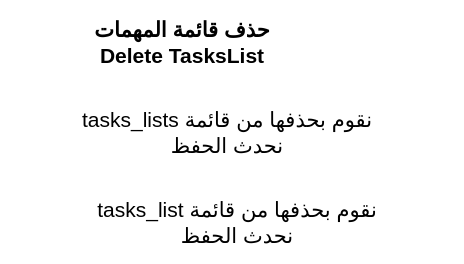
AbdallahDaradkeh-1/ToDoList-App keeps this draw.io diagram as page "Delete TasksList حذف قائمة المهمات" (3 of 4) of ToDoList App.drawio. Above is the earlier version. Source tidied: cells renumbered, new cells numbered last; positions are measured from the earlier drawing's top-left corner, leaving out a move shared by most shapes. Both pictures are drawn from the tidied source at 100%, with x=0, y=0 at pixel (17, 27).
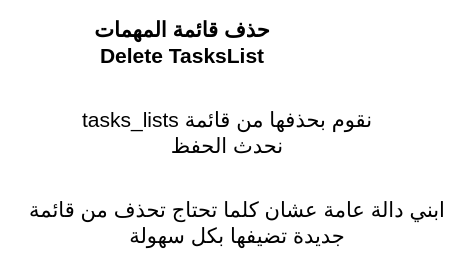
After the change.

The edit, as a diff of the source:
```diff
@@
 <mxGraphModel>
   <root>
     <mxCell id="0" />
     <mxCell id="1" parent="0" />
     <mxCell id="2" value="&lt;span style=&quot;font-size: 21px;&quot;&gt;&lt;b&gt;حذف قائمة المهمات Delete TasksList&lt;/b&gt;&lt;/span&gt;" style="text;html=1;whiteSpace=wrap;strokeColor=none;fillColor=none;align=center;verticalAlign=middle;rounded=0;" parent="1" vertex="1">
       <mxGeometry x="70" width="190" height="30" as="geometry" />
     </mxCell>
     <mxCell id="3" value="&lt;div style=&quot;direction: rtl;&quot;&gt;&lt;span style=&quot;font-size: 21px; background-color: transparent; color: light-dark(rgb(0, 0, 0), rgb(255, 255, 255));&quot;&gt;نقوم بحذفها من قائمة tasks_lists&lt;/span&gt;&lt;/div&gt;&lt;div style=&quot;direction: rtl;&quot;&gt;&lt;span style=&quot;font-size: 21px;&quot;&gt;نحدث الحفظ&lt;/span&gt;&lt;/div&gt;" style="text;html=1;whiteSpace=wrap;strokeColor=none;fillColor=none;align=center;verticalAlign=middle;rounded=0;" parent="1" vertex="1">
       <mxGeometry y="90" width="420" height="30" as="geometry" />
     </mxCell>
-    <mxCell id="4" value="&lt;div style=&quot;direction: rtl;&quot;&gt;&lt;span style=&quot;font-size: 21px; background-color: transparent; color: light-dark(rgb(0, 0, 0), rgb(255, 255, 255));&quot;&gt;نقوم بحذفها من قائمة tasks_list&lt;/span&gt;&lt;/div&gt;&lt;div style=&quot;direction: rtl;&quot;&gt;&lt;span style=&quot;font-size: 21px;&quot;&gt;نحدث الحفظ&lt;/span&gt;&lt;/div&gt;" style="text;html=1;whiteSpace=wrap;strokeColor=none;fillColor=none;align=center;verticalAlign=middle;rounded=0;" parent="1" vertex="1">
+    <mxCell id="4" value="&lt;div style=&quot;direction: rtl;&quot;&gt;&lt;span style=&quot;font-size: 21px;&quot;&gt;ابني دالة عامة عشان كلما تحتاج تحذف من قائمة جديدة تضيفها بكل سهولة&lt;/span&gt;&lt;/div&gt;" style="text;html=1;whiteSpace=wrap;strokeColor=none;fillColor=none;align=center;verticalAlign=middle;rounded=0;" parent="1" vertex="1">
       <mxGeometry x="10" y="180" width="420" height="30" as="geometry" />
     </mxCell>
     <mxCell id="5" style="edgeStyle=orthogonalEdgeStyle;rounded=0;orthogonalLoop=1;jettySize=auto;html=1;innerLoopWaypoints=1;exitX=0.5;exitY=1;exitDx=0;exitDy=0;" parent="1" edge="1" source="3" target="3">
       <mxGeometry relative="1" as="geometry" />
     </mxCell>
   </root>
 </mxGraphModel>
```
